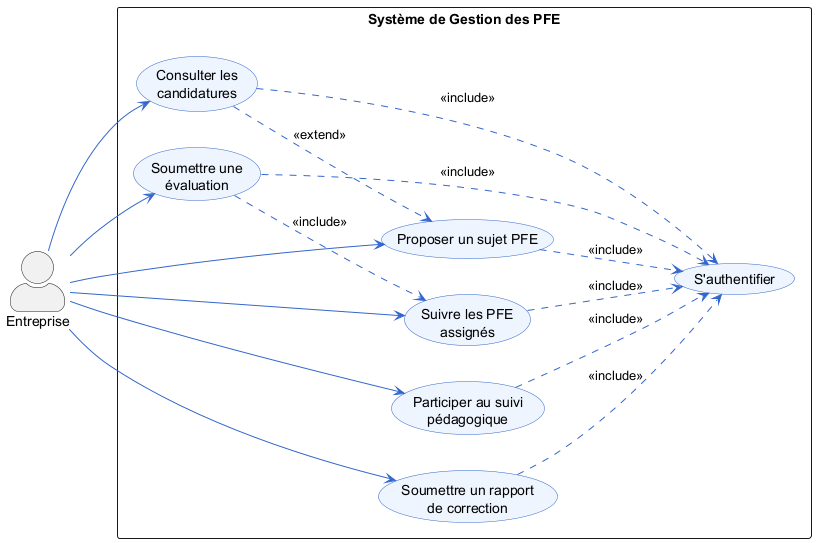
Above: diagrams/uc-entreprise.png in rhpo/pfe-enhanced (PlantUML), before the change.
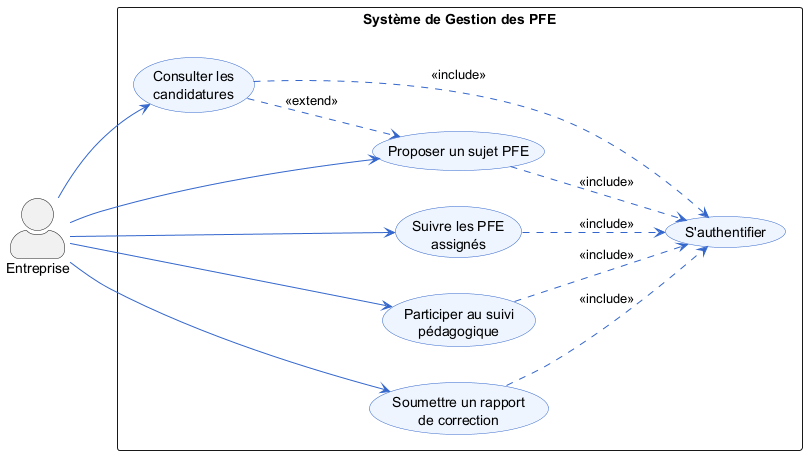
After the change.

The edit, as a diff of the source:
```diff
@@ -16,7 +16,6 @@
   usecase "Consulter les\ncandidatures" as UC2
   usecase "Suivre les PFE\nassignés" as UC3
   usecase "Participer au suivi\npédagogique" as UC4
-  usecase "Soumettre une\névaluation" as UC5
   usecase "Soumettre un rapport\nde correction" as UC6
 }
 
@@ -24,16 +23,13 @@
 C --> UC2
 C --> UC3
 C --> UC4
-C --> UC5
 C --> UC6
 
 UC1 ..> AUTH : <<include>>
 UC2 ..> AUTH : <<include>>
 UC3 ..> AUTH : <<include>>
 UC4 ..> AUTH : <<include>>
-UC5 ..> AUTH : <<include>>
 UC6 ..> AUTH : <<include>>
 
 UC2 ..> UC1 : <<extend>>
-UC5 ..> UC3 : <<include>>
 @enduml
```
